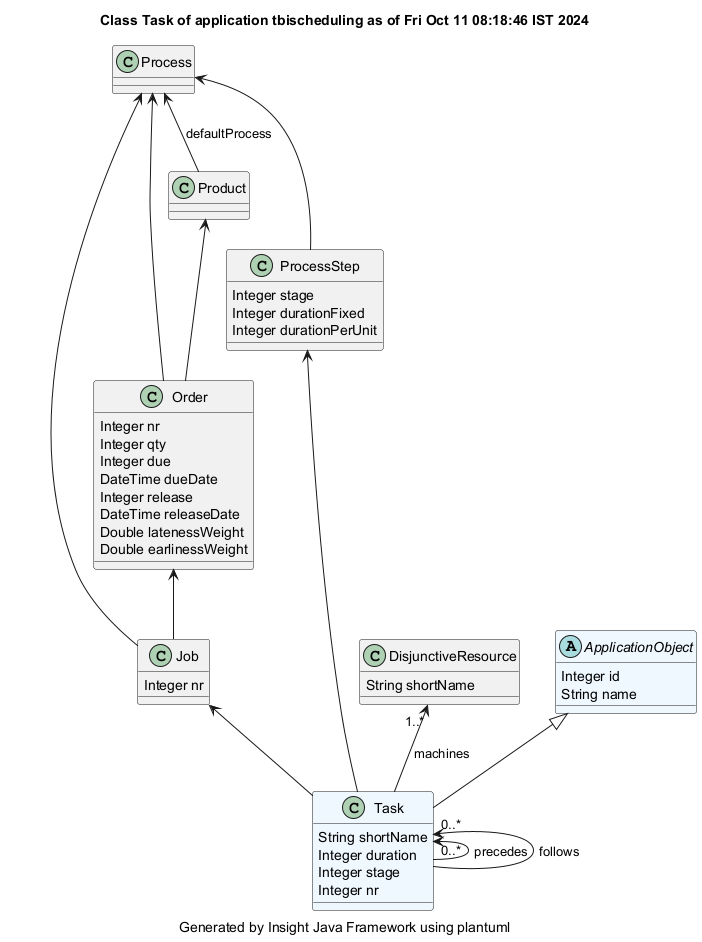
The PlantUML diagram demonstrator/tbischeduling/site/plantuml/Task.png in hsimonis/schedulingtraining, before a commit.
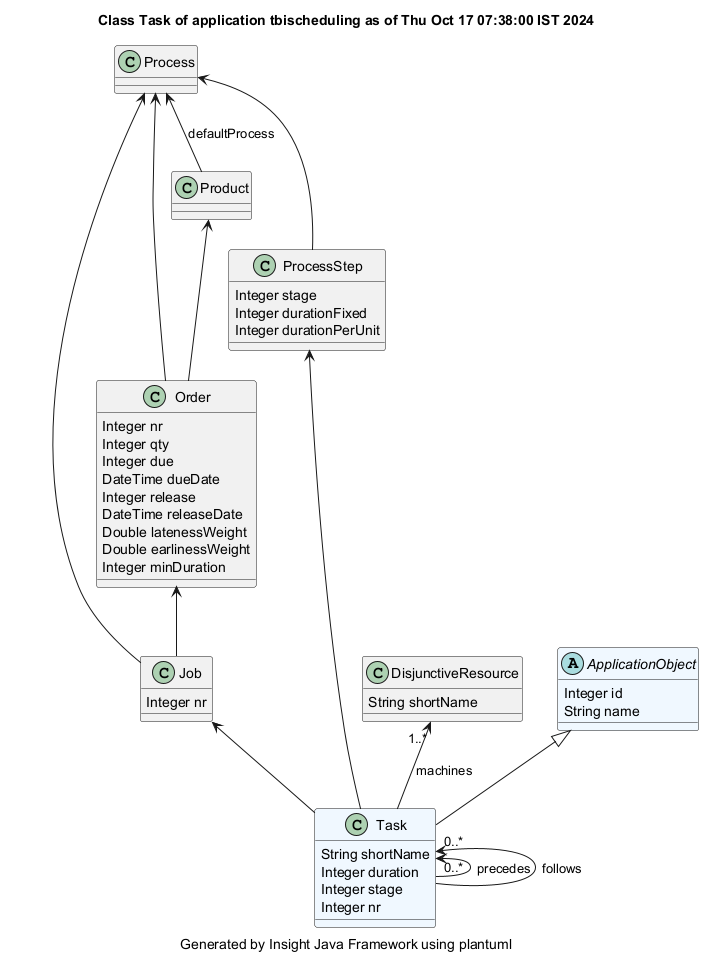
After the change.

The edit, as a diff of the source:
```diff
@@ -1,5 +1,5 @@
 @startuml
-title Class Task of application tbischeduling as of Fri Oct 11 08:18:46 IST 2024
+title Class Task of application tbischeduling as of Thu Oct 17 07:38:00 IST 2024
 caption Generated by Insight Java Framework using plantuml
 class Task #aliceblue
 Task : String shortName
@@ -21,6 +21,7 @@
 Order : DateTime releaseDate
 Order : Double latenessWeight
 Order : Double earlinessWeight
+Order : Integer minDuration
 
 Product  <-- Order
 class Product
```
